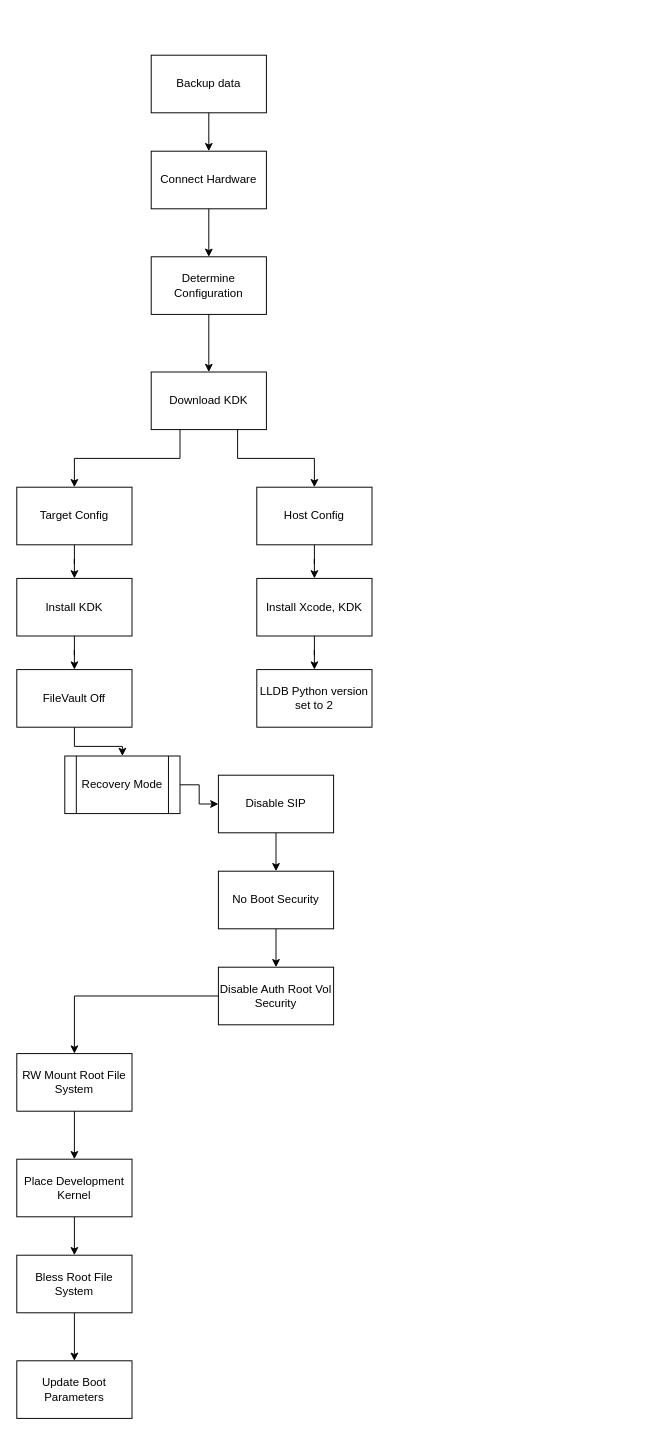
Above: diagrams/KernelDebugSetup.drawio in faisalmemon/the-road-to-zero (draw.io), before the change. Source tidied: cells renumbered, new cells numbered last; positions are measured from the earlier drawing's top-left corner, leaving out a move shared by most shapes. Both pictures are drawn from the tidied source at 96%, with x=0, y=0 at pixel (16, 55).
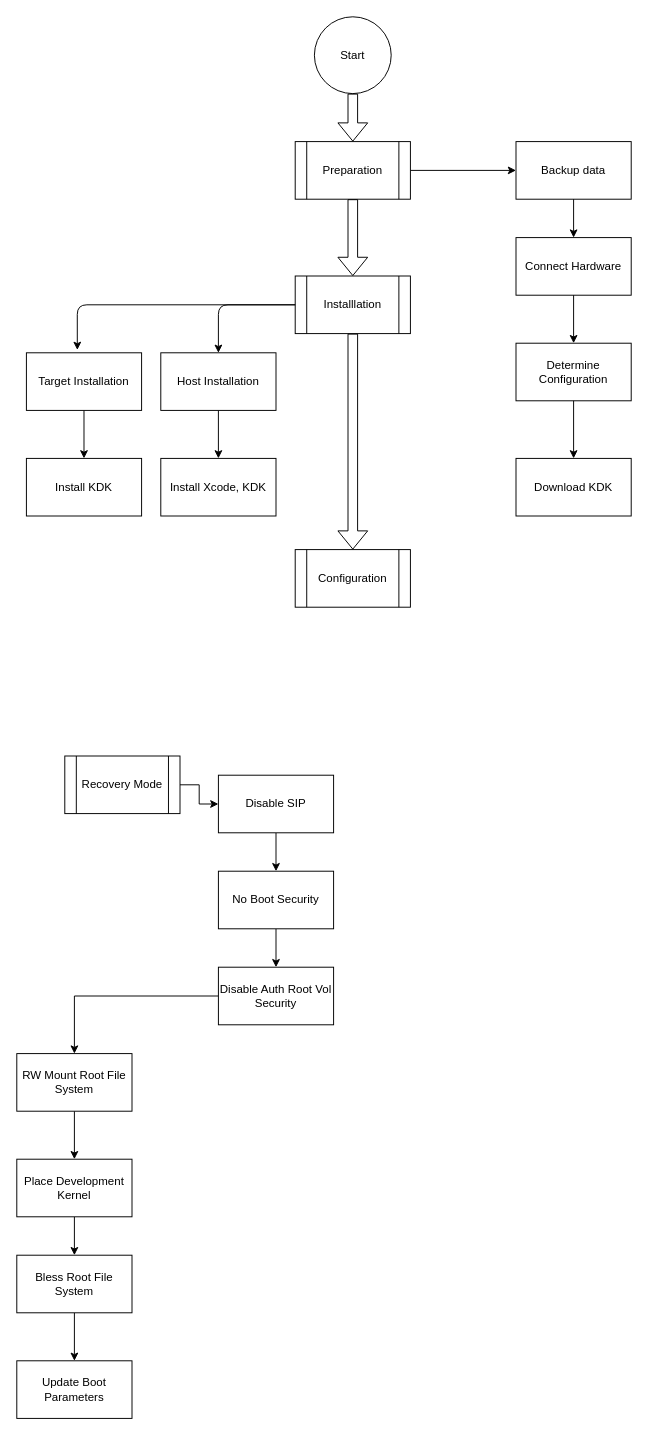
The same page after the edit.

The change refers to these unchanged cells:
```xml
<mxCell id="23" value="Recovery Mode" style="shape=process;whiteSpace=wrap;html=1;backgroundOutline=1;" parent="1" vertex="1">
  <mxGeometry x="50" y="730" width="120" height="60" as="geometry" />
</mxCell>
```

Change to the diagram source:
```diff
@@
-    <mxCell id="2" style="group;" parent="1" vertex="1">
-      <mxGeometry width="370" height="510" as="geometry" />
-    </mxCell>
-    <mxCell id="3" value="Backup data" style="rounded=0;whiteSpace=wrap;html=1;" parent="2" vertex="1">
-      <mxGeometry x="140" width="120" height="60" as="geometry" />
-    </mxCell>
-    <mxCell id="4" value="Connect Hardware" style="rounded=0;whiteSpace=wrap;html=1;" parent="2" vertex="1">
-      <mxGeometry x="140" y="100" width="120" height="60" as="geometry" />
-    </mxCell>
-    <mxCell id="5" style="edgeStyle=orthogonalEdgeStyle;rounded=0;jettySize=auto;html=1;" parent="2" edge="1" source="3" target="4">
-      <mxGeometry relative="1" as="geometry" />
-    </mxCell>
-    <mxCell id="6" value="Determine Configuration" style="rounded=0;whiteSpace=wrap;html=1;" parent="2" vertex="1">
-      <mxGeometry x="140" y="210" width="120" height="60" as="geometry" />
-    </mxCell>
-    <mxCell id="7" style="edgeStyle=orthogonalEdgeStyle;rounded=0;jettySize=auto;html=1;" parent="2" edge="1" source="4" target="6">
-      <mxGeometry relative="1" as="geometry" />
-    </mxCell>
-    <mxCell id="8" value="Download KDK" style="rounded=0;whiteSpace=wrap;html=1;" parent="2" vertex="1">
-      <mxGeometry x="140" y="330" width="120" height="60" as="geometry" />
-    </mxCell>
-    <mxCell id="9" style="edgeStyle=orthogonalEdgeStyle;rounded=0;jettySize=auto;html=1;" parent="2" edge="1" source="6" target="8">
-      <mxGeometry relative="1" as="geometry" />
-    </mxCell>
-    <mxCell id="10" value="Target Config" style="rounded=0;whiteSpace=wrap;html=1;" parent="2" vertex="1">
-      <mxGeometry y="450" width="120" height="60" as="geometry" />
-    </mxCell>
-    <mxCell id="11" style="edgeStyle=orthogonalEdgeStyle;rounded=0;jettySize=auto;html=1;exitX=0.25;exitY=1;exitDx=0;exitDy=0;entryX=0.5;entryY=0;entryDx=0;entryDy=0;" parent="2" edge="1" source="8" target="10">
-      <mxGeometry relative="1" as="geometry" />
-    </mxCell>
-    <mxCell id="12" value="Host Config" style="rounded=0;whiteSpace=wrap;html=1;" parent="2" vertex="1">
-      <mxGeometry x="250" y="450" width="120" height="60" as="geometry" />
-    </mxCell>
-    <mxCell id="13" style="edgeStyle=orthogonalEdgeStyle;rounded=0;jettySize=auto;html=1;exitX=0.75;exitY=1;exitDx=0;exitDy=0;entryX=0.5;entryY=0;entryDx=0;entryDy=0;" parent="2" edge="1" source="8" target="12">
-      <mxGeometry relative="1" as="geometry" />
-    </mxCell>
-    <mxCell id="14" style="edgeStyle=orthogonalEdgeStyle;rounded=0;jettySize=auto;html=1;" parent="1" edge="1" source="15" target="23">
-      <mxGeometry relative="1" as="geometry" />
-    </mxCell>
-    <mxCell id="15" value="FileVault Off" style="rounded=0;whiteSpace=wrap;html=1;" parent="1" vertex="1">
-      <mxGeometry y="640" width="120" height="60" as="geometry" />
-    </mxCell>
-    <mxCell id="16" style="edgeStyle=orthogonalEdgeStyle;rounded=0;jettySize=auto;html=1;" parent="1" edge="1" source="17" target="15">
-      <mxGeometry relative="1" as="geometry" />
-    </mxCell>
-    <mxCell id="17" value="Install KDK" style="rounded=0;whiteSpace=wrap;html=1;" parent="1" vertex="1">
-      <mxGeometry y="545" width="120" height="60" as="geometry" />
-    </mxCell>
-    <mxCell id="18" style="edgeStyle=orthogonalEdgeStyle;rounded=0;jettySize=auto;html=1;" parent="1" edge="1" source="19" target="37">
-      <mxGeometry relative="1" as="geometry" />
-    </mxCell>
-    <mxCell id="19" value="Install Xcode, KDK" style="rounded=0;whiteSpace=wrap;html=1;" parent="1" vertex="1">
-      <mxGeometry x="250" y="545" width="120" height="60" as="geometry" />
-    </mxCell>
-    <mxCell id="20" style="edgeStyle=orthogonalEdgeStyle;rounded=0;jettySize=auto;html=1;" parent="1" edge="1" source="10" target="17">
-      <mxGeometry relative="1" as="geometry" />
-    </mxCell>
-    <mxCell id="21" style="edgeStyle=orthogonalEdgeStyle;rounded=0;jettySize=auto;html=1;" parent="1" edge="1" source="12" target="19">
-      <mxGeometry relative="1" as="geometry" />
-    </mxCell>
@@
-    <mxCell id="37" value="LLDB Python version set to 2" style="rounded=0;whiteSpace=wrap;html=1;" parent="1" vertex="1">
-      <mxGeometry x="250" y="640" width="120" height="60" as="geometry" />
-    </mxCell>
+    <mxCell id="38" style="edgeStyle=orthogonalEdgeStyle;rounded=0;jettySize=auto;html=1;" parent="1" edge="1" source="39" target="3">
+      <mxGeometry relative="1" as="geometry" />
+    </mxCell>
+    <mxCell id="39" value="Preparation" style="shape=process;whiteSpace=wrap;html=1;backgroundOutline=1;" parent="1" vertex="1">
+      <mxGeometry x="290" y="90" width="120" height="60" as="geometry" />
+    </mxCell>
+    <mxCell id="40" style="group;" parent="1" vertex="1">
+      <mxGeometry x="520" y="90" width="120" height="390" as="geometry" />
+    </mxCell>
+    <mxCell id="3" value="Backup data" style="rounded=0;whiteSpace=wrap;html=1;" parent="40" vertex="1">
+      <mxGeometry width="120" height="60" as="geometry" />
+    </mxCell>
+    <mxCell id="4" value="Connect Hardware" style="rounded=0;whiteSpace=wrap;html=1;" parent="40" vertex="1">
+      <mxGeometry y="100" width="120" height="60" as="geometry" />
+    </mxCell>
+    <mxCell id="5" style="edgeStyle=orthogonalEdgeStyle;rounded=0;jettySize=auto;html=1;" parent="40" edge="1" source="3" target="4">
+      <mxGeometry x="-140" as="geometry" />
+    </mxCell>
+    <mxCell id="6" value="Determine Configuration" style="rounded=0;whiteSpace=wrap;html=1;" parent="40" vertex="1">
+      <mxGeometry y="210" width="120" height="60" as="geometry" />
+    </mxCell>
+    <mxCell id="7" style="edgeStyle=orthogonalEdgeStyle;rounded=0;jettySize=auto;html=1;" parent="40" edge="1" source="4" target="6">
+      <mxGeometry x="-140" as="geometry" />
+    </mxCell>
+    <mxCell id="8" value="Download KDK" style="rounded=0;whiteSpace=wrap;html=1;" parent="40" vertex="1">
+      <mxGeometry y="330" width="120" height="60" as="geometry" />
+    </mxCell>
+    <mxCell id="9" style="edgeStyle=orthogonalEdgeStyle;rounded=0;jettySize=auto;html=1;" parent="40" edge="1" source="6" target="8">
+      <mxGeometry x="-140" as="geometry" />
+    </mxCell>
+    <mxCell id="41" value="Installlation" style="shape=process;whiteSpace=wrap;html=1;backgroundOutline=1;" parent="1" vertex="1">
+      <mxGeometry x="290" y="230" width="120" height="60" as="geometry" />
+    </mxCell>
+    <mxCell id="42" style="shape=flexArrow;endArrow=classic;html=1;exitX=0.5;exitY=1;exitDx=0;exitDy=0;entryX=0.5;entryY=0;entryDx=0;entryDy=0;" parent="1" edge="1" source="39" target="41">
+      <mxGeometry relative="1" as="geometry" />
+    </mxCell>
+    <mxCell id="43" style="edgeStyle=orthogonalEdgeStyle;rounded=0;jettySize=auto;html=1;" parent="1" edge="1" source="44" target="17">
+      <mxGeometry relative="1" as="geometry" />
+    </mxCell>
+    <mxCell id="44" value="Target Installation" style="rounded=0;whiteSpace=wrap;html=1;" parent="1" vertex="1">
+      <mxGeometry x="10" y="310" width="120" height="60" as="geometry" />
+    </mxCell>
+    <mxCell id="45" style="edgeStyle=orthogonalEdgeStyle;rounded=0;jettySize=auto;html=1;" parent="1" edge="1" source="46" target="19">
+      <mxGeometry relative="1" as="geometry" />
+    </mxCell>
+    <mxCell id="46" value="Host Installation" style="rounded=0;whiteSpace=wrap;html=1;" parent="1" vertex="1">
+      <mxGeometry x="150" y="310" width="120" height="60" as="geometry" />
+    </mxCell>
+    <mxCell id="17" value="Install KDK" style="rounded=0;whiteSpace=wrap;html=1;" parent="1" vertex="1">
+      <mxGeometry x="10" y="420" width="120" height="60" as="geometry" />
+    </mxCell>
+    <mxCell id="19" value="Install Xcode, KDK" style="rounded=0;whiteSpace=wrap;html=1;" parent="1" vertex="1">
+      <mxGeometry x="150" y="420" width="120" height="60" as="geometry" />
+    </mxCell>
+    <mxCell id="47" value="Start" style="ellipse;whiteSpace=wrap;html=1;" parent="1" vertex="1">
+      <mxGeometry x="310" y="-40" width="80" height="80" as="geometry" />
+    </mxCell>
+    <mxCell id="48" style="shape=flexArrow;endArrow=classic;html=1;entryX=0.5;entryY=0;entryDx=0;entryDy=0;" parent="1" edge="1" source="47" target="39">
+      <mxGeometry relative="1" as="geometry" />
+    </mxCell>
+    <mxCell id="49" style="endArrow=classic;html=1;exitX=0;exitY=0.5;exitDx=0;exitDy=0;entryX=0.442;entryY=-0.05;entryDx=0;entryDy=0;entryPerimeter=0;" parent="1" edge="1" source="41" target="44">
+      <mxGeometry relative="1" as="geometry">
+        <Array as="points">
+          <mxPoint x="63" y="260" />
+        </Array>
+      </mxGeometry>
+    </mxCell>
+    <mxCell id="50" style="endArrow=classic;html=1;entryX=0.5;entryY=0;entryDx=0;entryDy=0;exitX=0;exitY=0.5;exitDx=0;exitDy=0;" parent="1" edge="1" source="41" target="46">
+      <mxGeometry relative="1" as="geometry">
+        <Array as="points">
+          <mxPoint x="210" y="260" />
+        </Array>
+      </mxGeometry>
+    </mxCell>
+    <mxCell id="51" value="Configuration" style="shape=process;whiteSpace=wrap;html=1;backgroundOutline=1;" parent="1" vertex="1">
+      <mxGeometry x="290" y="515" width="120" height="60" as="geometry" />
+    </mxCell>
+    <mxCell id="52" style="shape=flexArrow;endArrow=classic;html=1;exitX=0.5;exitY=1;exitDx=0;exitDy=0;entryX=0.5;entryY=0;entryDx=0;entryDy=0;" parent="1" edge="1" source="41" target="51">
+      <mxGeometry relative="1" as="geometry" />
+    </mxCell>
```
